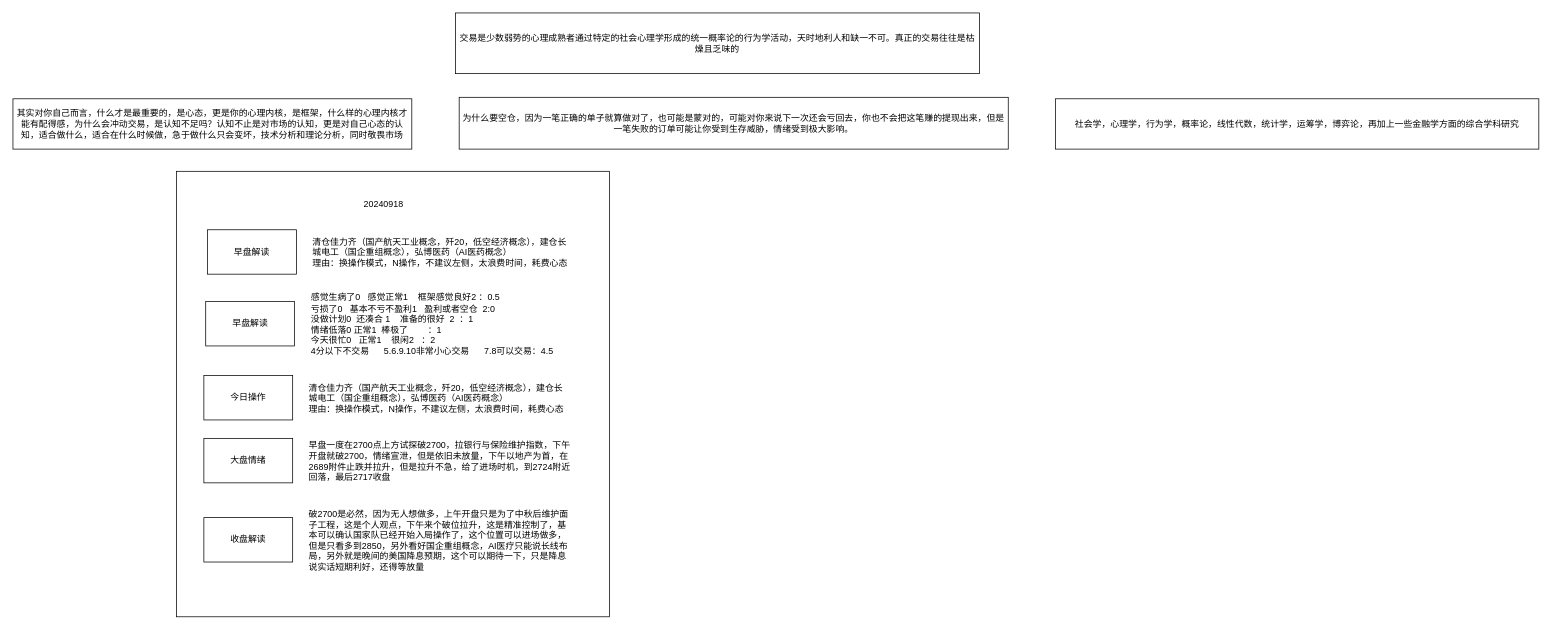
This is 日志.drawio from chiti-liu/my_design, a draw.io file, before an edit. Source tidied: cells renumbered, new cells numbered last; positions are measured from the earlier drawing's top-left corner, leaving out a move shared by most shapes. Both pictures are drawn from the tidied source at 74%, with x=0, y=0 at pixel (13, 13).
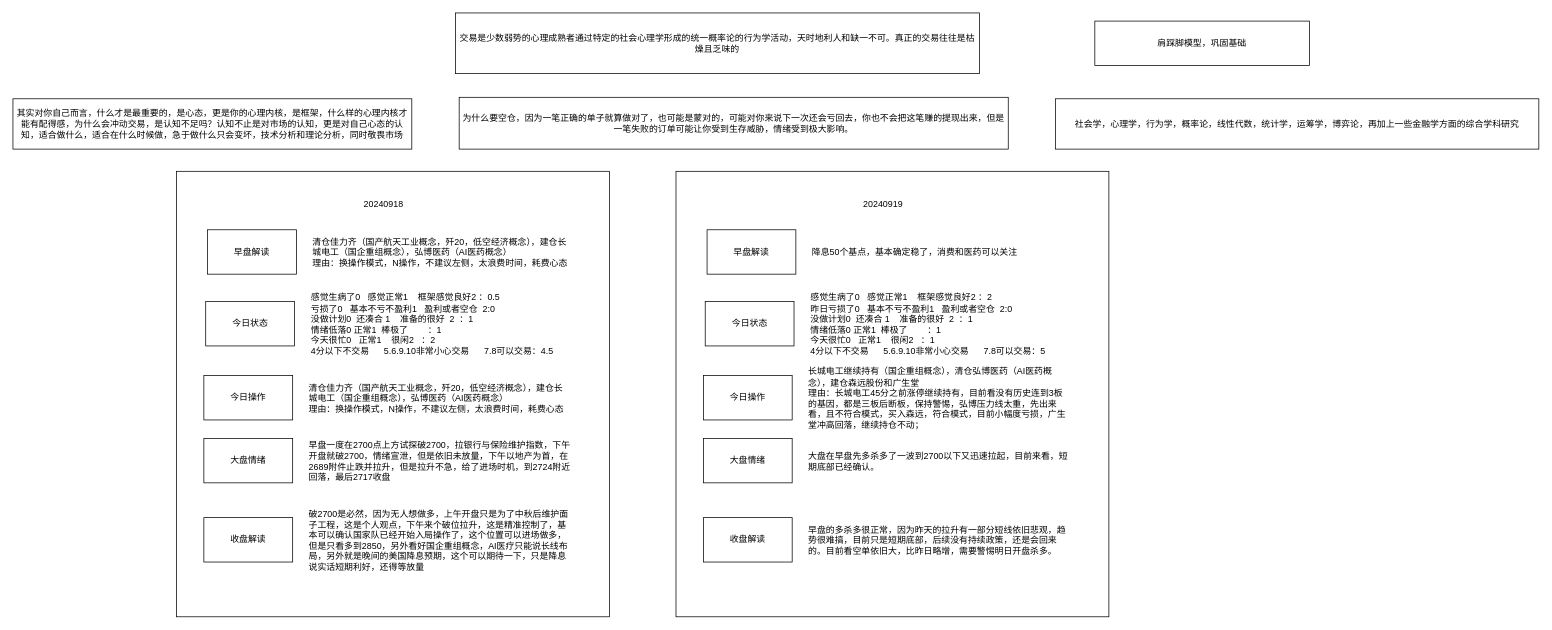
The same diagram, later.

Unchanged cells that the change refers to:
```xml
<mxCell id="16" style="group;" parent="1" vertex="1">
  <mxGeometry x="260.5" y="390" width="495.5" height="61" as="geometry" />
</mxCell>
```

What changed in the source:
```diff
@@
-    <mxCell id="18" value="早盘解读" style="rounded=0;whiteSpace=wrap;html=1;" parent="16" vertex="1">
+    <mxCell id="18" value="今日状态" style="rounded=0;whiteSpace=wrap;html=1;" parent="16" vertex="1">
       <mxGeometry width="120" height="60" as="geometry" />
     </mxCell>
@@
+    <mxCell id="23" style="rounded=0;whiteSpace=wrap;html=1;" parent="1" vertex="1">
+      <mxGeometry x="896" y="214" width="585" height="602" as="geometry" />
+    </mxCell>
+    <mxCell id="24" value="20240919" style="text;html=1;align=center;verticalAlign=middle;whiteSpace=wrap;rounded=0;" parent="1" vertex="1">
+      <mxGeometry x="921" y="233" width="510" height="52" as="geometry" />
+    </mxCell>
+    <mxCell id="25" style="group;" parent="1" vertex="1">
+      <mxGeometry x="933" y="490" width="495.5" height="61" as="geometry" />
+    </mxCell>
+    <mxCell id="26" value="长城电工继续持有（国企重组概念），清仓弘博医药（AI医药概念），建仓森远股份和广生堂&lt;div&gt;理由：长城电工45分之前涨停继续持有，目前看没有历史连到3板的基因，都是三板后断板，保持警惕，弘博压力线太重，先出来看，且不符合模式，买入森远，符合模式，目前小幅度亏损，广生堂冲高回落，继续持仓不动；&lt;/div&gt;" style="text;html=1;align=left;verticalAlign=middle;whiteSpace=wrap;rounded=0;" parent="25" vertex="1">
+      <mxGeometry x="140" width="355.5" height="61" as="geometry" />
+    </mxCell>
+    <mxCell id="27" value="今日操作" style="rounded=0;whiteSpace=wrap;html=1;" parent="25" vertex="1">
+      <mxGeometry width="120" height="60" as="geometry" />
+    </mxCell>
+    <mxCell id="28" style="group;" parent="1" vertex="1">
+      <mxGeometry x="933" y="575" width="495.5" height="61" as="geometry" />
+    </mxCell>
+    <mxCell id="29" value="大盘在早盘先多杀多了一波到2700以下又迅速拉起，目前来看，短期底部已经确认。" style="text;html=1;align=left;verticalAlign=middle;whiteSpace=wrap;rounded=0;" parent="28" vertex="1">
+      <mxGeometry x="140" width="355.5" height="61" as="geometry" />
+    </mxCell>
+    <mxCell id="30" value="大盘情绪" style="rounded=0;whiteSpace=wrap;html=1;" parent="28" vertex="1">
+      <mxGeometry width="120" height="60" as="geometry" />
+    </mxCell>
+    <mxCell id="31" style="group;" parent="1" vertex="1">
+      <mxGeometry x="938" y="293" width="495.5" height="61" as="geometry" />
+    </mxCell>
+    <mxCell id="32" value="降息50个基点，基本确定稳了，消费和医药可以关注" style="text;html=1;align=left;verticalAlign=middle;whiteSpace=wrap;rounded=0;" parent="31" vertex="1">
+      <mxGeometry x="140" width="355.5" height="61" as="geometry" />
+    </mxCell>
+    <mxCell id="33" value="早盘解读" style="rounded=0;whiteSpace=wrap;html=1;" parent="31" vertex="1">
+      <mxGeometry width="120" height="60" as="geometry" />
+    </mxCell>
+    <mxCell id="34" style="group;" parent="1" vertex="1">
+      <mxGeometry x="933" y="682" width="495.5" height="61" as="geometry" />
+    </mxCell>
+    <mxCell id="35" value="早盘的多杀多很正常，因为昨天的拉升有一部分短线依旧悲观，趋势很难搞，目前只是短期底部，后续没有持续政策，还是会回来的。目前看空单依旧大，比昨日略增，需要警惕明日开盘杀多。" style="text;html=1;align=left;verticalAlign=middle;whiteSpace=wrap;rounded=0;" parent="34" vertex="1">
+      <mxGeometry x="140" width="355.5" height="61" as="geometry" />
+    </mxCell>
+    <mxCell id="36" value="收盘解读" style="rounded=0;whiteSpace=wrap;html=1;" parent="34" vertex="1">
+      <mxGeometry width="120" height="60" as="geometry" />
+    </mxCell>
+    <mxCell id="37" style="group;" parent="1" vertex="1">
+      <mxGeometry x="935.5" y="390" width="495.5" height="61" as="geometry" />
+    </mxCell>
+    <mxCell id="38" value="感觉生病了0&amp;nbsp; &amp;nbsp;感觉正常1&amp;nbsp; &amp;nbsp; 框架感觉良好2 ：2&lt;br&gt;昨日亏损了0&amp;nbsp; &amp;nbsp;基本不亏不盈利1&amp;nbsp; &amp;nbsp;盈利或者空仓&amp;nbsp; 2:0&lt;br&gt;没做计划0&amp;nbsp; 还凑合 1&amp;nbsp; &amp;nbsp; 准备的很好&amp;nbsp; 2&amp;nbsp; ：1&lt;br&gt;情绪低落0 正常1&amp;nbsp; 棒极了&amp;nbsp; &amp;nbsp; &amp;nbsp; &amp;nbsp; ：1&lt;br&gt;今天很忙0&amp;nbsp; &amp;nbsp;正常1&amp;nbsp; &amp;nbsp; 很闲2&amp;nbsp; &amp;nbsp;：1&lt;br&gt;4分以下不交易&amp;nbsp; &amp;nbsp; &amp;nbsp; 5.6.9.10非常小心交易&amp;nbsp; &amp;nbsp; &amp;nbsp; 7.8可以交易：5" style="text;html=1;align=left;verticalAlign=middle;whiteSpace=wrap;rounded=0;" parent="37" vertex="1">
+      <mxGeometry x="140" width="355.5" height="61" as="geometry" />
+    </mxCell>
+    <mxCell id="39" value="今日状态" style="rounded=0;whiteSpace=wrap;html=1;" parent="37" vertex="1">
+      <mxGeometry width="120" height="60" as="geometry" />
+    </mxCell>
+    <mxCell id="40" value="肩踩脚模型，巩固基础" style="rounded=0;whiteSpace=wrap;html=1;" parent="1" vertex="1">
+      <mxGeometry x="1462" y="11" width="290" height="60" as="geometry" />
+    </mxCell>
```
